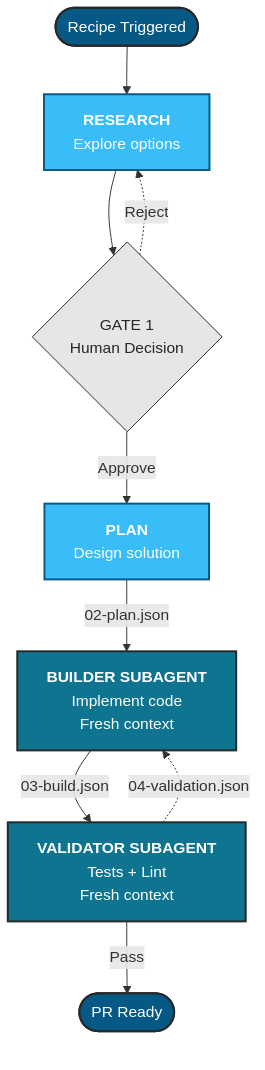
Before: src/assets/images/subagent-workflow.png, a diagram exported from Mermaid (clouatre-labs/clouatre.ca). Its source is kept beside it as src/assets/diagrams/subagent-workflow.mmd.
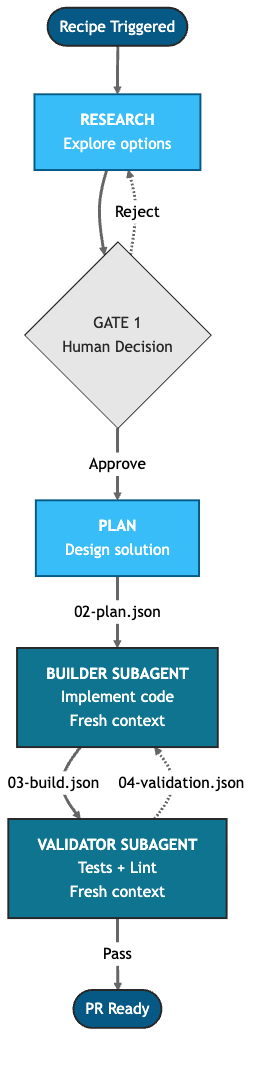
Above is the later version.

Commit message:
fix: improve mermaid arrow clarity and reduce diagram scale

- Add stroke-width:3px to subagent-workflow arrows for better visibility
- Reduce mermaid scale from 2 to 1.5 for better page fit
- Maintains theme compatibility (works in light/dark modes)

Change to the diagram source:
```diff
@@ -19,6 +19,8 @@
     V1 -->|Pass| END
     V1 -.->|04-validation.json| B1
 
+    linkStyle default stroke-width:3px
+
     classDef primary fill:#075985,stroke:#282728,stroke-width:2px,color:#fff
     classDef accent fill:#38bdf8,stroke:#075985,stroke-width:2px,color:#fff
     classDef muted fill:#e6e6e6,stroke:#282728,stroke-width:1px,color:#282728
```
